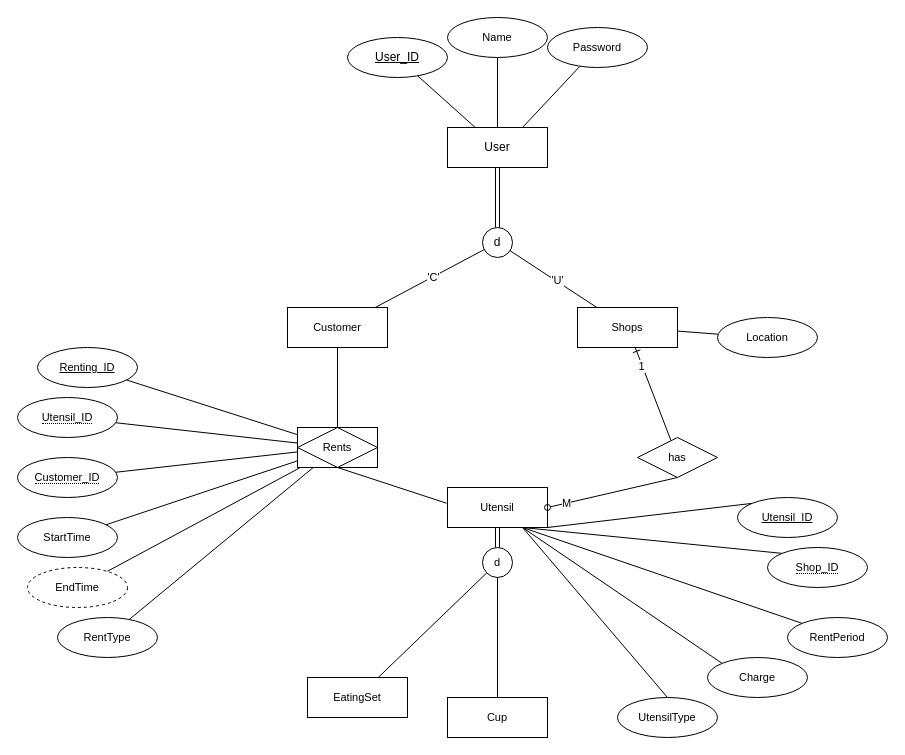
tp12356twNccu/OOP_1122_finalProject_Group12 keeps this draw.io diagram as page "Page-1" (1 of 2) of ERD.drawio. Above is the earlier version. Source tidied: cells renumbered, new cells numbered last; positions are measured from the earlier drawing's top-left corner, leaving out a move shared by most shapes. Both pictures are drawn from the tidied source at 100%, with x=0, y=0 at pixel (17, 17).
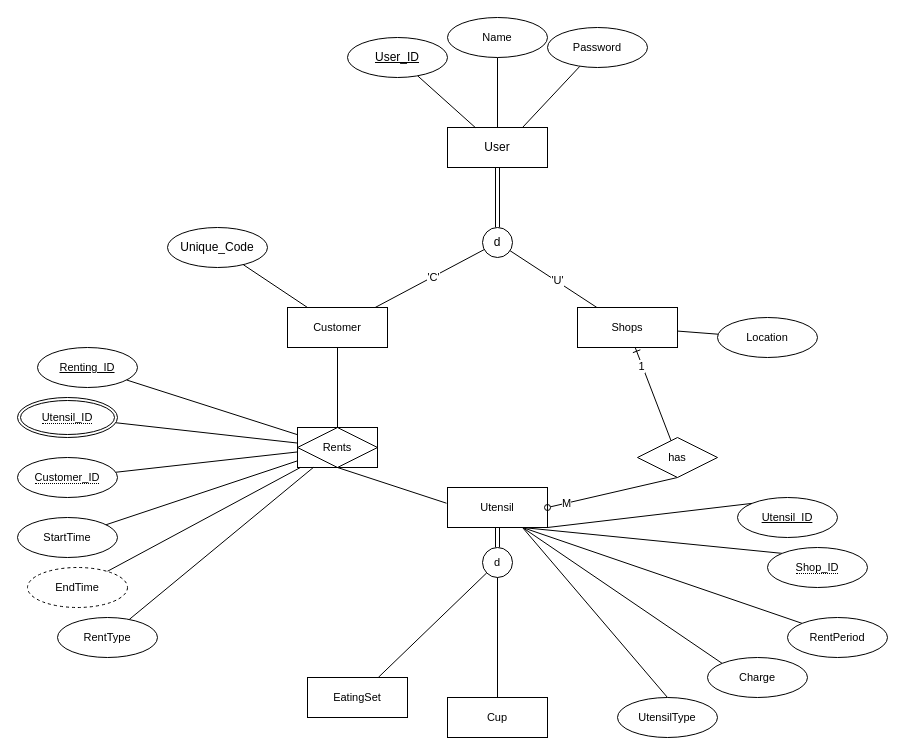
Above is the later version.

Unchanged cells that the change refers to:
```xml
<mxCell id="14" value="Customer" style="whiteSpace=wrap;html=1;align=center;fontFamily=Helvetica;fontSize=11;fontColor=default;labelBackgroundColor=default;" parent="1" vertex="1">
  <mxGeometry x="270" y="290" width="100" height="40" as="geometry" />
</mxCell>
```

Diff of the diagram source:
```diff
@@
-    <mxCell id="45" value="&lt;span style=&quot;border-bottom: 1px dotted&quot;&gt;Utensil_ID&lt;/span&gt;" style="ellipse;whiteSpace=wrap;html=1;align=center;fontFamily=Helvetica;fontSize=11;fontColor=default;labelBackgroundColor=default;" parent="1" vertex="1">
+    <mxCell id="45" value="&lt;span style=&quot;border-bottom: 1px dotted&quot;&gt;Utensil_ID&lt;/span&gt;" style="whiteSpace=wrap;html=1;align=center;fontFamily=Helvetica;fontSize=11;fontColor=default;labelBackgroundColor=default;shape=doubleEllipse;perimeter=ellipsePerimeter;margin=3;" parent="1" vertex="1">
       <mxGeometry y="380" width="100" height="40" as="geometry" />
     </mxCell>
@@
+    <mxCell id="57" style="rounded=0;jettySize=auto;html=1;endArrow=none;endFill=0;" parent="1" edge="1" source="58" target="14">
+      <mxGeometry relative="1" as="geometry" />
+    </mxCell>
+    <mxCell id="58" value="Unique_Code" style="ellipse;whiteSpace=wrap;html=1;align=center;" parent="1" vertex="1">
+      <mxGeometry x="150" y="210" width="100" height="40" as="geometry" />
+    </mxCell>
```
